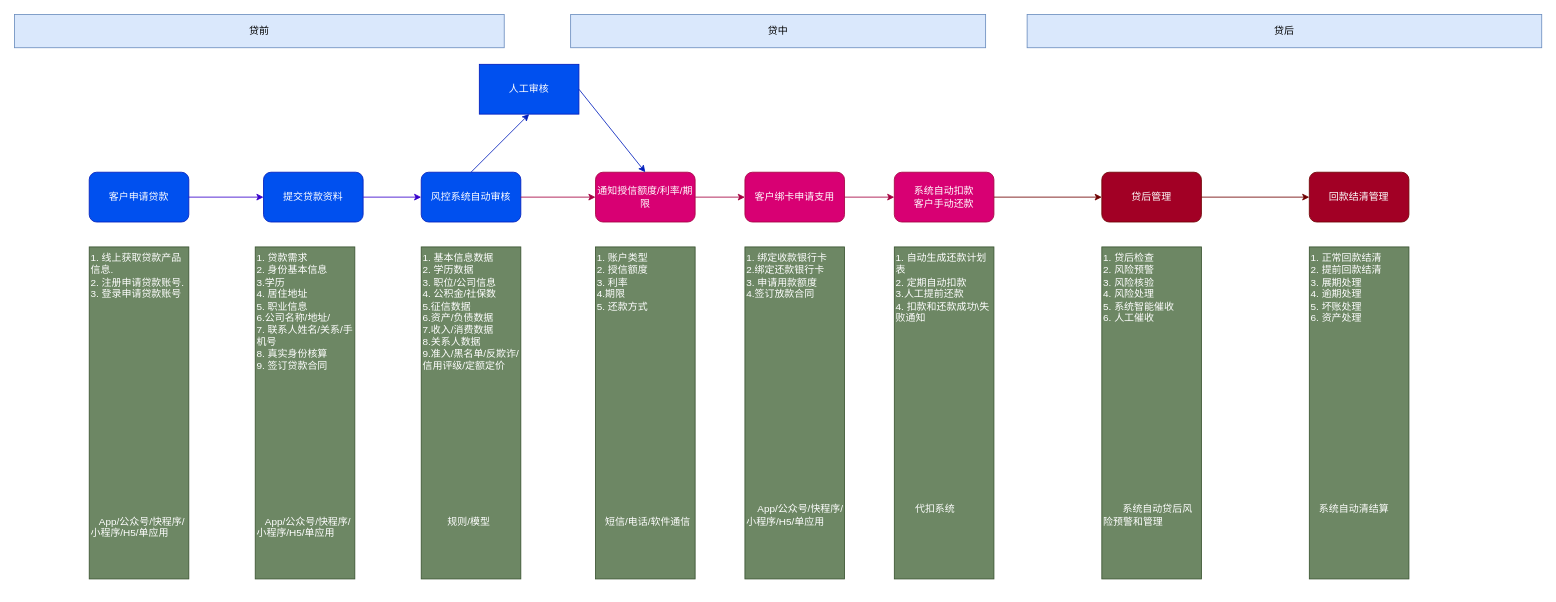
liojian198/Bin-Blog keeps this draw.io diagram as 互联网现金贷业务流程.drawio. Above is the earlier version. Source tidied: cells renumbered, new cells numbered last; positions are measured from the earlier drawing's top-left corner, leaving out a move shared by most shapes. Both pictures are drawn from the tidied source at 83%, with x=0, y=0 at pixel (14, 14).
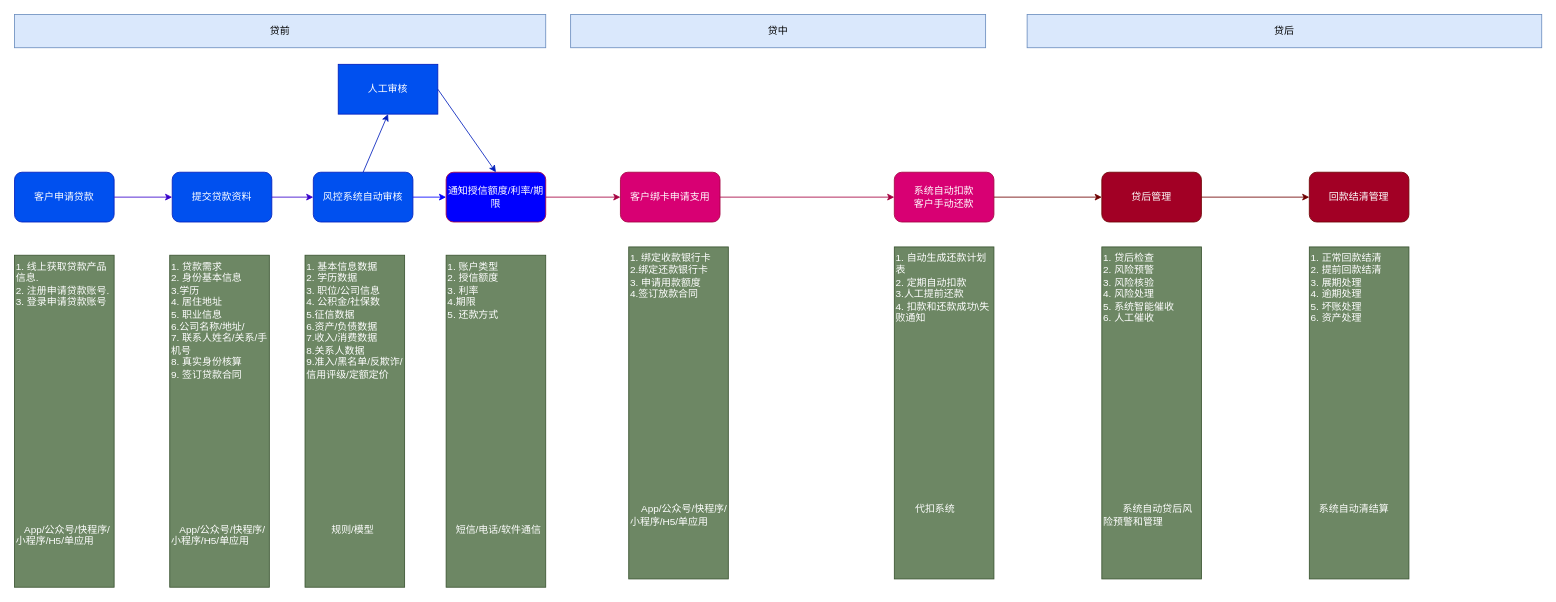
Above is the later version.

Commit message:
更新互联网现金贷业务流程.drawio

Change to the diagram source:
```diff
@@
     <mxCell id="2" value="贷前" style="rounded=0;whiteSpace=wrap;html=1;fillColor=#dae8fc;strokeColor=#6c8ebf;" parent="1" vertex="1">
-      <mxGeometry width="590" height="40" as="geometry" />
+      <mxGeometry width="640" height="40" as="geometry" />
     </mxCell>
@@
     <mxCell id="5" value="客户申请贷款" style="rounded=1;whiteSpace=wrap;html=1;fillColor=#0050ef;strokeColor=#001DBC;fontColor=#ffffff;" parent="1" vertex="1">
-      <mxGeometry x="90" y="190" width="120" height="60" as="geometry" />
+      <mxGeometry y="190" width="120" height="60" as="geometry" />
     </mxCell>
     <mxCell id="6" value="提交贷款资料" style="rounded=1;whiteSpace=wrap;html=1;fillColor=#0050ef;strokeColor=#001DBC;fontColor=#ffffff;" parent="1" vertex="1">
-      <mxGeometry x="300" y="190" width="120" height="60" as="geometry" />
+      <mxGeometry x="190" y="190" width="120" height="60" as="geometry" />
     </mxCell>
@@
     <mxCell id="8" value="风控系统自动审核" style="rounded=1;whiteSpace=wrap;html=1;fillColor=#0050ef;strokeColor=#001DBC;fontColor=#ffffff;" parent="1" vertex="1">
-      <mxGeometry x="490" y="190" width="120" height="60" as="geometry" />
+      <mxGeometry x="360" y="190" width="120" height="60" as="geometry" />
     </mxCell>
@@
-    <mxCell id="10" value="通知授信额度/利率/期限" style="rounded=1;whiteSpace=wrap;html=1;fillColor=#d80073;strokeColor=#A50040;fontColor=#ffffff;" parent="1" vertex="1">
-      <mxGeometry x="700" y="190" width="120" height="60" as="geometry" />
+    <mxCell id="10" value="通知授信额度/利率/期限" style="rounded=1;whiteSpace=wrap;html=1;strokeColor=#A50040;fontColor=#ffffff;fillColor=#0000FF;" parent="1" vertex="1">
+      <mxGeometry x="520" y="190" width="120" height="60" as="geometry" />
     </mxCell>
     <mxCell id="11" value="人工审核" style="rounded=0;whiteSpace=wrap;html=1;fillColor=#0050ef;strokeColor=#001DBC;fontColor=#ffffff;" parent="1" vertex="1">
-      <mxGeometry x="560" y="60" width="120" height="60" as="geometry" />
+      <mxGeometry x="390" y="60" width="120" height="60" as="geometry" />
     </mxCell>
@@
-    <mxCell id="14" style="endArrow=classic;html=1;entryX=0;entryY=0.5;entryDx=0;entryDy=0;exitX=1;exitY=0.5;exitDx=0;exitDy=0;fillColor=#d80073;strokeColor=#A50040;" parent="1" edge="1" source="8" target="10">
+    <mxCell id="14" style="endArrow=classic;html=1;entryX=0;entryY=0.5;entryDx=0;entryDy=0;exitX=1;exitY=0.5;exitDx=0;exitDy=0;fillColor=#d80073;strokeColor=#0000FF;" parent="1" edge="1" source="8" target="10">
       <mxGeometry relative="1" as="geometry" />
     </mxCell>
     <mxCell id="15" value="客户绑卡申请支用" style="rounded=1;whiteSpace=wrap;html=1;fillColor=#d80073;strokeColor=#A50040;fontColor=#ffffff;" parent="1" vertex="1">
-      <mxGeometry x="880" y="190" width="120" height="60" as="geometry" />
+      <mxGeometry x="730" y="190" width="120" height="60" as="geometry" />
     </mxCell>
@@
     <mxCell id="23" value="1. 线上获取贷款产品信息.&lt;br&gt;2. 注册申请贷款账号.&lt;br&gt;3. 登录申请贷款账号&lt;br&gt;&lt;br&gt;&lt;br&gt;&lt;br&gt;&lt;br&gt;&lt;br&gt;&lt;br&gt;&lt;br&gt;&lt;br&gt;&lt;br&gt;&lt;br&gt;&lt;br&gt;&lt;br&gt;&lt;br&gt;&lt;br&gt;&lt;br&gt;&lt;br&gt;&lt;br&gt;&lt;br&gt;&amp;nbsp; &amp;nbsp;App/公众号/快程序/小程序/H5/单应用" style="rounded=0;whiteSpace=wrap;html=1;align=left;verticalAlign=top;fillColor=#6d8764;strokeColor=#3A5431;fontColor=#ffffff;" parent="1" vertex="1">
-      <mxGeometry x="90" y="280" width="120" height="400" as="geometry" />
+      <mxGeometry y="290" width="120" height="400" as="geometry" />
     </mxCell>
     <mxCell id="24" value="1. 贷款需求&lt;br&gt;2. 身份基本信息&lt;br&gt;3.学历&lt;br&gt;4. 居住地址&lt;br&gt;5. 职业信息&lt;br&gt;6.公司名称/地址/&lt;br&gt;7. 联系人姓名/关系/手机号&lt;br&gt;8. 真实身份核算&lt;br&gt;9. 签订贷款合同&lt;br&gt;&lt;br&gt;&lt;br&gt;&lt;br&gt;&lt;br&gt;&lt;br&gt;&lt;br&gt;&lt;br&gt;&lt;br&gt;&lt;br&gt;&lt;br&gt;&lt;br&gt;&lt;br&gt;&amp;nbsp; &amp;nbsp;App/公众号/快程序/小程序/H5/单应用" style="rounded=0;whiteSpace=wrap;html=1;align=left;verticalAlign=top;fillColor=#6d8764;strokeColor=#3A5431;fontColor=#ffffff;" parent="1" vertex="1">
-      <mxGeometry x="290" y="280" width="120" height="400" as="geometry" />
+      <mxGeometry x="187" y="290" width="120" height="400" as="geometry" />
     </mxCell>
     <mxCell id="25" value="1. 基本信息数据&lt;br&gt;2. 学历数据&lt;br&gt;3. 职位/公司信息&lt;br&gt;4. 公积金/社保数&lt;br&gt;5.征信数据&lt;br&gt;6.资产/负债数据&lt;br&gt;7.收入/消费数据&lt;br&gt;8.关系人数据&lt;br&gt;9.准入/黑名单/反欺诈/&lt;br&gt;信用评级/定额定价&lt;br&gt;&lt;br&gt;&lt;br&gt;&lt;br&gt;&lt;br&gt;&lt;br&gt;&lt;br&gt;&lt;br&gt;&lt;br&gt;&lt;br&gt;&lt;br&gt;&lt;br&gt;&lt;br&gt;&amp;nbsp; &amp;nbsp; &amp;nbsp; &amp;nbsp; &amp;nbsp;规则/模型" style="rounded=0;whiteSpace=wrap;html=1;align=left;verticalAlign=top;fillColor=#6d8764;strokeColor=#3A5431;fontColor=#ffffff;" parent="1" vertex="1">
-      <mxGeometry x="490" y="280" width="120" height="400" as="geometry" />
+      <mxGeometry x="350" y="290" width="120" height="400" as="geometry" />
     </mxCell>
     <mxCell id="26" value="1. 账户类型&lt;br&gt;2. 授信额度&lt;br&gt;3. 利率&lt;br&gt;4.期限&lt;br&gt;5. 还款方式&lt;br&gt;&lt;br&gt;&lt;br&gt;&lt;br&gt;&lt;br&gt;&lt;br&gt;&lt;br&gt;&lt;br&gt;&lt;br&gt;&lt;br&gt;&lt;br&gt;&lt;br&gt;&lt;br&gt;&lt;br&gt;&lt;br&gt;&lt;br&gt;&lt;br&gt;&lt;br&gt;&amp;nbsp; &amp;nbsp;短信/电话/软件通信" style="rounded=0;whiteSpace=wrap;html=1;align=left;verticalAlign=top;fillColor=#6d8764;strokeColor=#3A5431;fontColor=#ffffff;" parent="1" vertex="1">
-      <mxGeometry x="700" y="280" width="120" height="400" as="geometry" />
+      <mxGeometry x="520" y="290" width="120" height="400" as="geometry" />
     </mxCell>
     <mxCell id="27" value="1. 绑定收款银行卡&lt;br&gt;2.绑定还款银行卡&lt;br&gt;3. 申请用款额度&lt;br&gt;4.签订放款合同&lt;br&gt;&lt;br&gt;&lt;br&gt;&lt;br&gt;&lt;br&gt;&lt;br&gt;&lt;br&gt;&lt;br&gt;&lt;br&gt;&lt;br&gt;&lt;br&gt;&lt;br&gt;&lt;br&gt;&lt;br&gt;&lt;br&gt;&lt;br&gt;&lt;br&gt;&lt;br&gt;&amp;nbsp; &amp;nbsp;&amp;nbsp;App/公众号/快程序/小程序/H5/单应用" style="rounded=0;whiteSpace=wrap;html=1;align=left;verticalAlign=top;fillColor=#6d8764;strokeColor=#3A5431;fontColor=#ffffff;" parent="1" vertex="1">
-      <mxGeometry x="880" y="280" width="120" height="400" as="geometry" />
+      <mxGeometry x="740" y="280" width="120" height="400" as="geometry" />
     </mxCell>
```
